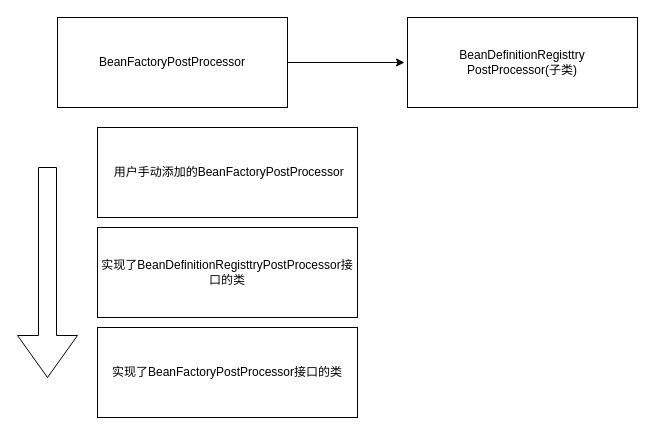
Earlier version of the draw.io diagram spring的BeanFactoryPostProcessor的执行.drawio (huangkemingyyds/drawing). Source tidied: cells renumbered, new cells numbered last; positions are measured from the earlier drawing's top-left corner, leaving out a move shared by most shapes. Both pictures are drawn from the tidied source at 100%, with x=0, y=0 at pixel (17, 17).
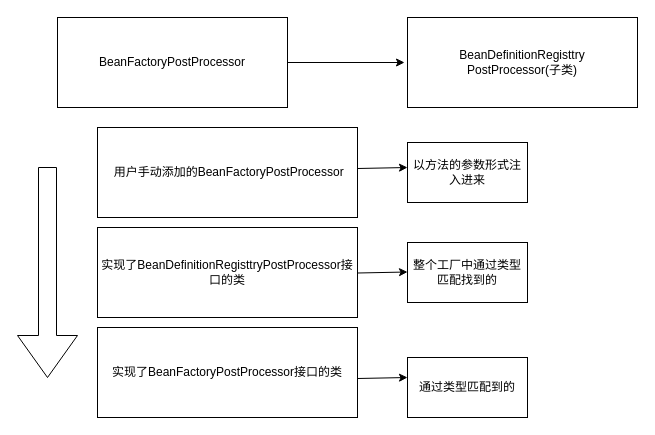
The same diagram, later.

Commit message (it also covers changes not shown here):
更新spring的BeanFactoryPostProcessor的执行.drawio

Change to the diagram source:
```diff
@@
 <mxGraphModel>
   <root>
     <mxCell id="0" />
     <mxCell id="1" parent="0" />
     <mxCell id="2" value="BeanFactoryPostProcessor" style="rounded=0;whiteSpace=wrap;html=1;" parent="1" vertex="1">
       <mxGeometry x="40" width="230" height="90" as="geometry" />
     </mxCell>
     <mxCell id="3" value="BeanDefinitionRegisttry&lt;br&gt;PostProcessor(子类)" style="rounded=0;whiteSpace=wrap;html=1;" parent="1" vertex="1">
       <mxGeometry x="390" width="230" height="90" as="geometry" />
     </mxCell>
     <mxCell id="4" style="endArrow=classic;html=1;rounded=0;entryX=-0.019;entryY=0.162;entryDx=0;entryDy=0;entryPerimeter=0;" parent="1" edge="1" source="2">
       <mxGeometry relative="1" as="geometry">
         <mxPoint x="387" y="45" as="targetPoint" />
       </mxGeometry>
     </mxCell>
     <mxCell id="5" style="shape=singleArrow;direction=south;whiteSpace=wrap;html=1;" parent="1" vertex="1">
       <mxGeometry y="150" width="60" height="210" as="geometry" />
     </mxCell>
     <mxCell id="6" value="&amp;nbsp;用户手动添加的BeanFactoryPostProcessor" style="rounded=0;whiteSpace=wrap;html=1;" parent="1" vertex="1">
       <mxGeometry x="80" y="110" width="260" height="90" as="geometry" />
     </mxCell>
     <mxCell id="7" value="实现了BeanDefinitionRegisttryPostProcessor接口的类" style="rounded=0;whiteSpace=wrap;html=1;" parent="1" vertex="1">
       <mxGeometry x="80" y="210" width="260" height="90" as="geometry" />
     </mxCell>
     <mxCell id="8" value="实现了BeanFactoryPostProcessor接口的类" style="rounded=0;whiteSpace=wrap;html=1;" parent="1" vertex="1">
       <mxGeometry x="80" y="310" width="260" height="90" as="geometry" />
     </mxCell>
+    <mxCell id="9" value="以方法的参数形式注入进来" style="rounded=0;whiteSpace=wrap;html=1;" parent="1" vertex="1">
+      <mxGeometry x="390" y="125" width="120" height="60" as="geometry" />
+    </mxCell>
+    <mxCell id="10" value="整个工厂中通过类型匹配找到的" style="rounded=0;whiteSpace=wrap;html=1;" parent="1" vertex="1">
+      <mxGeometry x="390" y="225" width="120" height="60" as="geometry" />
+    </mxCell>
+    <mxCell id="11" value="通过类型匹配到的" style="rounded=0;whiteSpace=wrap;html=1;" parent="1" vertex="1">
+      <mxGeometry x="390" y="340" width="120" height="60" as="geometry" />
+    </mxCell>
+    <mxCell id="12" style="endArrow=classic;html=1;rounded=0;" parent="1" edge="1">
+      <mxGeometry relative="1" as="geometry">
+        <mxPoint x="340" y="151" as="sourcePoint" />
+        <mxPoint x="390" y="150" as="targetPoint" />
+      </mxGeometry>
+    </mxCell>
+    <mxCell id="13" style="endArrow=classic;html=1;rounded=0;" parent="1" edge="1">
+      <mxGeometry relative="1" as="geometry">
+        <mxPoint x="340" y="255.5" as="sourcePoint" />
+        <mxPoint x="390" y="254.5" as="targetPoint" />
+      </mxGeometry>
+    </mxCell>
+    <mxCell id="14" style="endArrow=classic;html=1;rounded=0;" parent="1" edge="1">
+      <mxGeometry relative="1" as="geometry">
+        <mxPoint x="340" y="361" as="sourcePoint" />
+        <mxPoint x="390" y="360" as="targetPoint" />
+      </mxGeometry>
+    </mxCell>
   </root>
 </mxGraphModel>
```
